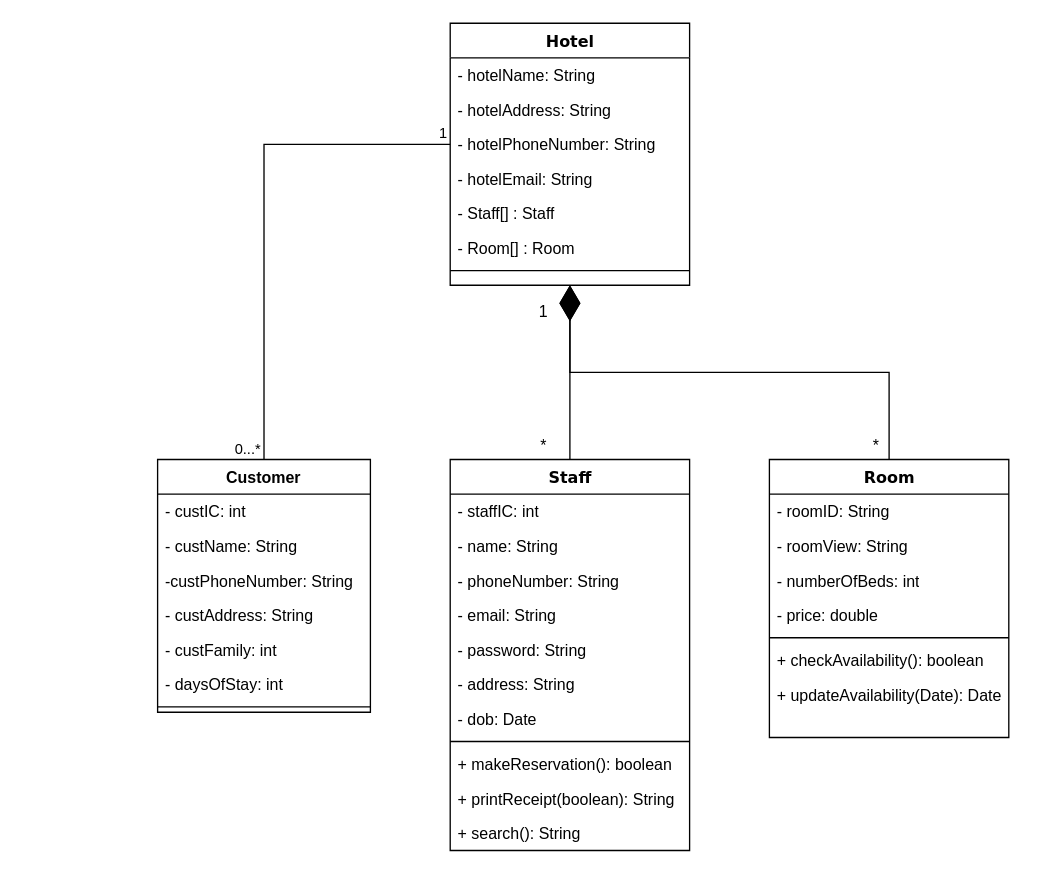
Earlier version of the draw.io diagram Diagrams/UML Diagrams.drawio (BryanHJH/Java-Assignment). Source tidied: cells renumbered, new cells numbered last; positions are measured from the earlier drawing's top-left corner, leaving out a move shared by most shapes. Both pictures are drawn from the tidied source at 133%, with x=0, y=0 at pixel (157, 23).
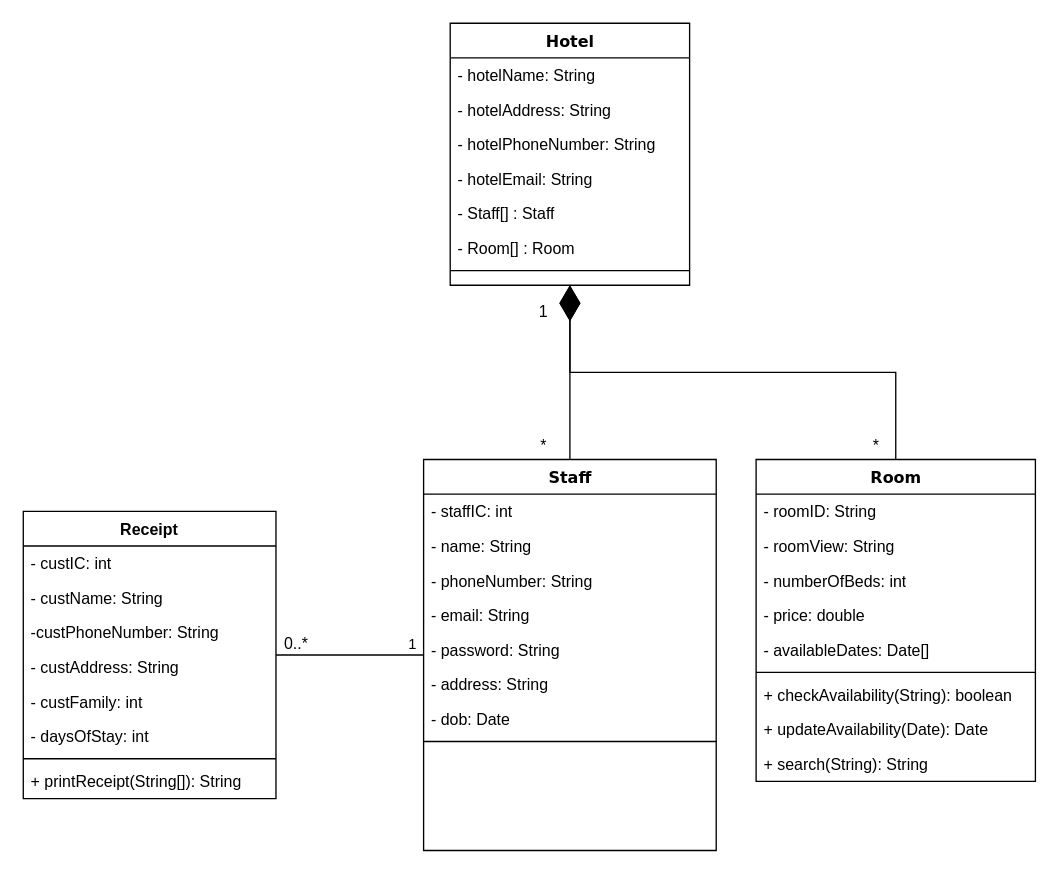
Above is the later version.

The change refers to these unchanged cells:
```xml
<mxCell id="5" value="- hotelPhoneNumber: String" style="text;html=1;strokeColor=none;fillColor=none;align=left;verticalAlign=top;spacingLeft=4;spacingRight=4;whiteSpace=wrap;overflow=hidden;points=[[0,0.5],[1,0.5]];portConstraint=eastwest;" parent="2" vertex="1">
  <mxGeometry y="78" width="180" height="26" as="geometry" />
</mxCell>
```

Change to the diagram source:
```diff
@@
     <mxCell id="10" value="Staff" style="swimlane;html=1;fontStyle=1;align=center;verticalAlign=top;horizontal=1;startSize=26;swimlaneFillColor=#ffffff;rounded=0;shadow=0;comic=0;labelBackgroundColor=none;strokeWidth=1;fillColor=none;fontFamily=Verdana;fontSize=12;" parent="1" vertex="1">
-      <mxGeometry x="220" y="328" width="180" height="294" as="geometry" />
+      <mxGeometry x="200" y="328" width="220" height="294" as="geometry" />
     </mxCell>
     <mxCell id="11" value="- staffIC: int" style="text;html=1;strokeColor=none;fillColor=none;align=left;verticalAlign=top;spacingLeft=4;spacingRight=4;whiteSpace=wrap;overflow=hidden;" parent="10" vertex="1">
-      <mxGeometry y="26" width="180" height="26" as="geometry" />
+      <mxGeometry y="26" width="220" height="26" as="geometry" />
     </mxCell>
     <mxCell id="12" value="- name: String" style="text;html=1;strokeColor=none;fillColor=none;align=left;verticalAlign=top;spacingLeft=4;spacingRight=4;whiteSpace=wrap;overflow=hidden;" parent="10" vertex="1">
-      <mxGeometry y="52" width="180" height="26" as="geometry" />
+      <mxGeometry y="52" width="220" height="26" as="geometry" />
     </mxCell>
     <mxCell id="13" value="- phoneNumber: String" style="text;html=1;strokeColor=none;fillColor=none;align=left;verticalAlign=top;spacingLeft=4;spacingRight=4;whiteSpace=wrap;overflow=hidden;" parent="10" vertex="1">
-      <mxGeometry y="78" width="180" height="26" as="geometry" />
+      <mxGeometry y="78" width="220" height="26" as="geometry" />
     </mxCell>
     <mxCell id="14" value="- email: String" style="text;html=1;strokeColor=none;fillColor=none;align=left;verticalAlign=top;spacingLeft=4;spacingRight=4;whiteSpace=wrap;overflow=hidden;" parent="10" vertex="1">
-      <mxGeometry y="104" width="180" height="26" as="geometry" />
+      <mxGeometry y="104" width="220" height="26" as="geometry" />
     </mxCell>
     <mxCell id="15" value="- password: String" style="text;html=1;strokeColor=none;fillColor=none;align=left;verticalAlign=top;spacingLeft=4;spacingRight=4;whiteSpace=wrap;overflow=hidden;" parent="10" vertex="1">
-      <mxGeometry y="130" width="180" height="26" as="geometry" />
+      <mxGeometry y="130" width="220" height="26" as="geometry" />
     </mxCell>
     <mxCell id="16" value="- address: String" style="text;html=1;strokeColor=none;fillColor=none;align=left;verticalAlign=top;spacingLeft=4;spacingRight=4;whiteSpace=wrap;overflow=hidden;" parent="10" vertex="1">
-      <mxGeometry y="156" width="180" height="26" as="geometry" />
+      <mxGeometry y="156" width="220" height="26" as="geometry" />
     </mxCell>
     <mxCell id="17" value="- dob: Date" style="text;html=1;strokeColor=none;fillColor=none;align=left;verticalAlign=top;spacingLeft=4;spacingRight=4;whiteSpace=wrap;overflow=hidden;" parent="10" vertex="1">
-      <mxGeometry y="182" width="180" height="26" as="geometry" />
+      <mxGeometry y="182" width="220" height="26" as="geometry" />
     </mxCell>
     <mxCell id="18" style="line;html=1;strokeWidth=1;fillColor=none;align=left;verticalAlign=middle;spacingTop=-1;spacingLeft=3;spacingRight=3;labelPosition=right;" parent="10" vertex="1">
-      <mxGeometry y="208" width="180" height="8" as="geometry" />
+      <mxGeometry y="208" width="220" height="8" as="geometry" />
     </mxCell>
-    <mxCell id="19" value="+ makeReservation(): boolean" style="text;html=1;strokeColor=none;fillColor=none;align=left;verticalAlign=top;spacingLeft=4;spacingRight=4;whiteSpace=wrap;overflow=hidden;" parent="10" vertex="1">
-      <mxGeometry y="216" width="180" height="26" as="geometry" />
-    </mxCell>
-    <mxCell id="20" value="+ printReceipt(boolean): String" style="text;html=1;strokeColor=none;fillColor=none;align=left;verticalAlign=top;spacingLeft=4;spacingRight=4;whiteSpace=wrap;overflow=hidden;" parent="10" vertex="1">
-      <mxGeometry y="242" width="180" height="26" as="geometry" />
-    </mxCell>
-    <mxCell id="21" value="+ search(): String" style="text;html=1;strokeColor=none;fillColor=none;align=left;verticalAlign=top;spacingLeft=4;spacingRight=4;whiteSpace=wrap;overflow=hidden;" parent="10" vertex="1">
-      <mxGeometry y="268" width="180" height="26" as="geometry" />
-    </mxCell>
     <mxCell id="22" value="Room" style="swimlane;html=1;fontStyle=1;align=center;verticalAlign=top;horizontal=1;startSize=26;swimlaneFillColor=#ffffff;rounded=0;shadow=0;comic=0;labelBackgroundColor=none;strokeWidth=1;fillColor=none;fontFamily=Verdana;fontSize=12;" parent="1" vertex="1">
-      <mxGeometry x="460" y="328" width="180" height="209" as="geometry" />
+      <mxGeometry x="450" y="328" width="210" height="242" as="geometry" />
     </mxCell>
     <mxCell id="23" value="- roomID: String" style="text;html=1;strokeColor=none;fillColor=none;align=left;verticalAlign=top;spacingLeft=4;spacingRight=4;whiteSpace=wrap;overflow=hidden;" parent="22" vertex="1">
-      <mxGeometry y="26" width="180" height="26" as="geometry" />
+      <mxGeometry y="26" width="210" height="26" as="geometry" />
     </mxCell>
     <mxCell id="24" value="- roomView: String" style="text;html=1;strokeColor=none;fillColor=none;align=left;verticalAlign=top;spacingLeft=4;spacingRight=4;whiteSpace=wrap;overflow=hidden;" parent="22" vertex="1">
-      <mxGeometry y="52" width="180" height="26" as="geometry" />
+      <mxGeometry y="52" width="210" height="26" as="geometry" />
     </mxCell>
     <mxCell id="25" value="- numberOfBeds: int" style="text;html=1;strokeColor=none;fillColor=none;align=left;verticalAlign=top;spacingLeft=4;spacingRight=4;whiteSpace=wrap;overflow=hidden;" parent="22" vertex="1">
-      <mxGeometry y="78" width="180" height="26" as="geometry" />
+      <mxGeometry y="78" width="210" height="26" as="geometry" />
     </mxCell>
     <mxCell id="26" value="- price: double" style="text;html=1;strokeColor=none;fillColor=none;align=left;verticalAlign=top;spacingLeft=4;spacingRight=4;whiteSpace=wrap;overflow=hidden;" parent="22" vertex="1">
-      <mxGeometry y="104" width="180" height="26" as="geometry" />
+      <mxGeometry y="104" width="210" height="26" as="geometry" />
     </mxCell>
+    <mxCell id="46" value="- availableDates: Date[]" style="text;html=1;strokeColor=none;fillColor=none;align=left;verticalAlign=top;spacingLeft=4;spacingRight=4;whiteSpace=wrap;overflow=hidden;" parent="22" vertex="1">
+      <mxGeometry y="130" width="210" height="26" as="geometry" />
+    </mxCell>
     <mxCell id="27" style="line;html=1;strokeWidth=1;fillColor=none;align=left;verticalAlign=middle;spacingTop=-1;spacingLeft=3;spacingRight=3;labelPosition=right;" parent="22" vertex="1">
-      <mxGeometry y="130" width="180" height="8" as="geometry" />
+      <mxGeometry y="156" width="210" height="8" as="geometry" />
     </mxCell>
-    <mxCell id="28" value="+ checkAvailability(): boolean" style="text;html=1;strokeColor=none;fillColor=none;align=left;verticalAlign=top;spacingLeft=4;spacingRight=4;whiteSpace=wrap;overflow=hidden;" parent="22" vertex="1">
-      <mxGeometry y="138" width="180" height="26" as="geometry" />
+    <mxCell id="28" value="+ checkAvailability(String): boolean" style="text;html=1;strokeColor=none;fillColor=none;align=left;verticalAlign=top;spacingLeft=4;spacingRight=4;whiteSpace=wrap;overflow=hidden;" parent="22" vertex="1">
+      <mxGeometry y="164" width="210" height="26" as="geometry" />
     </mxCell>
     <mxCell id="29" value="+ updateAvailability(Date): Date" style="text;html=1;strokeColor=none;fillColor=none;align=left;verticalAlign=top;spacingLeft=4;spacingRight=4;whiteSpace=wrap;overflow=hidden;" parent="22" vertex="1">
-      <mxGeometry y="164" width="180" height="26" as="geometry" />
+      <mxGeometry y="190" width="210" height="26" as="geometry" />
     </mxCell>
+    <mxCell id="21" value="+ search(String): String" style="text;html=1;strokeColor=none;fillColor=none;align=left;verticalAlign=top;spacingLeft=4;spacingRight=4;whiteSpace=wrap;overflow=hidden;" parent="22" vertex="1">
+      <mxGeometry y="216" width="210" height="26" as="geometry" />
+    </mxCell>
-    <mxCell id="30" value="Customer" style="swimlane;fontStyle=1;align=center;verticalAlign=top;horizontal=1;startSize=26;" parent="1" vertex="1">
-      <mxGeometry y="328" width="160" height="190" as="geometry" />
+    <mxCell id="30" value="Receipt" style="swimlane;fontStyle=1;align=center;verticalAlign=top;horizontal=1;startSize=26;" parent="1" vertex="1">
+      <mxGeometry x="-101" y="367" width="190" height="216" as="geometry" />
     </mxCell>
     <mxCell id="31" value="- custIC: int" style="text;strokeColor=none;fillColor=none;align=left;verticalAlign=top;spacingLeft=4;spacingRight=4;overflow=hidden;" parent="30" vertex="1">
-      <mxGeometry y="26" width="160" height="26" as="geometry" />
+      <mxGeometry y="26" width="190" height="26" as="geometry" />
     </mxCell>
     <mxCell id="32" value="- custName: String" style="text;strokeColor=none;fillColor=none;align=left;verticalAlign=top;spacingLeft=4;spacingRight=4;overflow=hidden;" parent="30" vertex="1">
-      <mxGeometry y="52" width="160" height="26" as="geometry" />
+      <mxGeometry y="52" width="190" height="26" as="geometry" />
     </mxCell>
     <mxCell id="33" value="-custPhoneNumber: String" style="text;strokeColor=none;fillColor=none;align=left;verticalAlign=top;spacingLeft=4;spacingRight=4;overflow=hidden;" parent="30" vertex="1">
-      <mxGeometry y="78" width="160" height="26" as="geometry" />
+      <mxGeometry y="78" width="190" height="26" as="geometry" />
     </mxCell>
     <mxCell id="34" value="- custAddress: String" style="text;strokeColor=none;fillColor=none;align=left;verticalAlign=top;spacingLeft=4;spacingRight=4;overflow=hidden;" parent="30" vertex="1">
-      <mxGeometry y="104" width="160" height="26" as="geometry" />
+      <mxGeometry y="104" width="190" height="26" as="geometry" />
     </mxCell>
     <mxCell id="35" value="- custFamily: int" style="text;strokeColor=none;fillColor=none;align=left;verticalAlign=top;spacingLeft=4;spacingRight=4;overflow=hidden;" parent="30" vertex="1">
-      <mxGeometry y="130" width="160" height="26" as="geometry" />
+      <mxGeometry y="130" width="190" height="26" as="geometry" />
     </mxCell>
     <mxCell id="36" value="- daysOfStay: int" style="text;strokeColor=none;fillColor=none;align=left;verticalAlign=top;spacingLeft=4;spacingRight=4;overflow=hidden;" parent="30" vertex="1">
-      <mxGeometry y="156" width="160" height="26" as="geometry" />
+      <mxGeometry y="156" width="190" height="26" as="geometry" />
     </mxCell>
     <mxCell id="37" style="line;strokeWidth=1;fillColor=none;align=left;verticalAlign=middle;spacingTop=-1;spacingLeft=3;spacingRight=3;labelPosition=right;" parent="30" vertex="1">
-      <mxGeometry y="182" width="160" height="8" as="geometry" />
+      <mxGeometry y="182" width="190" height="8" as="geometry" />
     </mxCell>
+    <mxCell id="47" value="+ printReceipt(String[]): String" style="text;html=1;strokeColor=none;fillColor=none;align=left;verticalAlign=top;spacingLeft=4;spacingRight=4;whiteSpace=wrap;overflow=hidden;" parent="30" vertex="1">
+      <mxGeometry y="190" width="190" height="26" as="geometry" />
+    </mxCell>
@@
-    <mxCell id="43" style="endArrow=none;html=1;edgeStyle=orthogonalEdgeStyle;rounded=0;exitX=0;exitY=0.5;exitDx=0;exitDy=0;entryX=0.5;entryY=0;entryDx=0;entryDy=0;" parent="1" edge="1" source="5" target="30">
-      <mxGeometry relative="1" as="geometry" />
-    </mxCell>
+    <mxCell id="48" style="endArrow=none;endFill=0;html=1;edgeStyle=orthogonalEdgeStyle;align=left;verticalAlign=top;rounded=0;" parent="1" edge="1" source="30" target="10">
+      <mxGeometry x="-1" relative="1" as="geometry" />
+    </mxCell>
-    <mxCell id="44" value="1" style="edgeLabel;html=1;align=left;verticalAlign=bottom;" parent="43" vertex="1">
+    <mxCell id="44" value="1" style="edgeLabel;html=1;align=left;verticalAlign=bottom;" parent="48" vertex="1">
       <mxGeometry x="-1" relative="1" as="geometry">
-        <mxPoint x="-10" as="offset" />
+        <mxPoint x="98" as="offset" />
       </mxGeometry>
     </mxCell>
-    <mxCell id="45" value="0...*" style="edgeLabel;html=1;align=right;verticalAlign=bottom;" parent="43" vertex="1">
-      <mxGeometry x="1" relative="1" as="geometry">
-        <mxPoint x="-2" as="offset" />
-      </mxGeometry>
-    </mxCell>
+    <mxCell id="49" value="0..*" style="text;html=1;align=center;verticalAlign=middle;strokeColor=none;fillColor=none;" parent="1" vertex="1">
+      <mxGeometry x="89" y="457" width="30" height="20" as="geometry" />
+    </mxCell>
```
